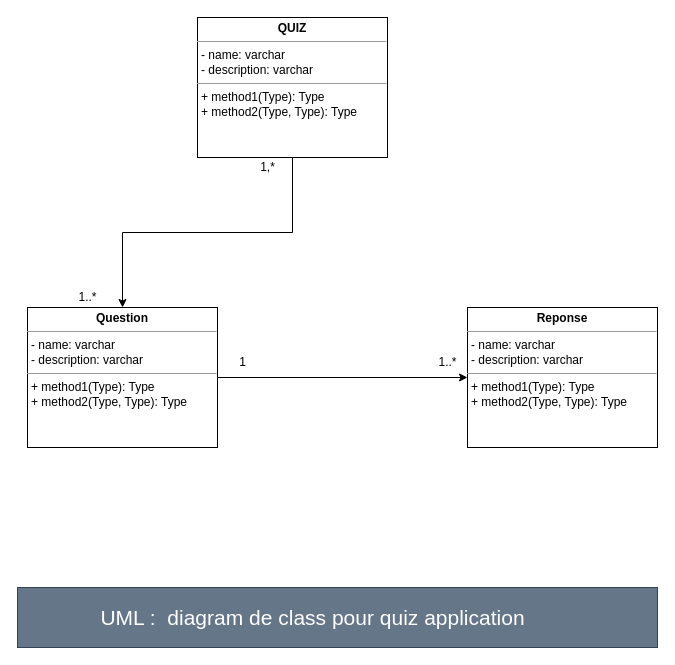
The draw.io diagram UML/aws-quiziz-uml.drawio in mounirelbakkali1/aws-quiziz, before the edit. Source tidied: cells renumbered, new cells numbered last; positions are measured from the earlier drawing's top-left corner, leaving out a move shared by most shapes. Both pictures are drawn from the tidied source at 100%, with x=0, y=0 at pixel (17, 17).
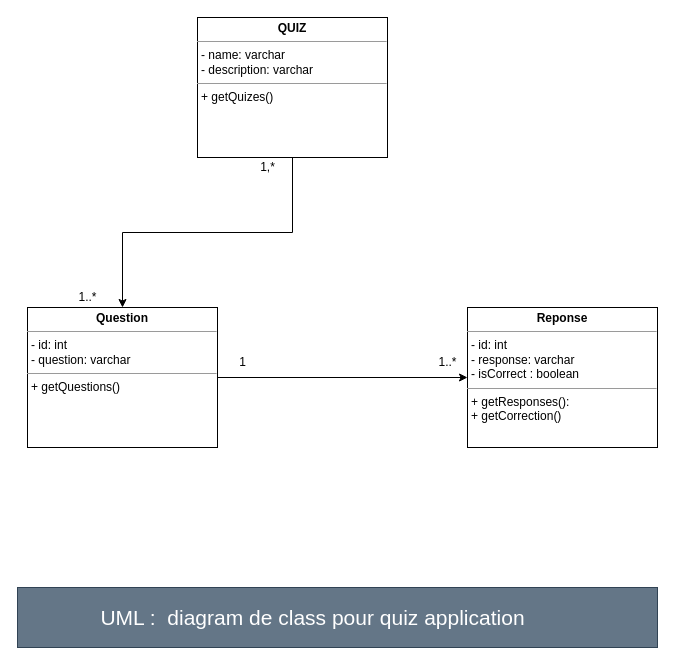
After the change.

What changed in the source:
```diff
@@
 <mxGraphModel>
   <root>
     <mxCell id="0" />
     <mxCell id="1" parent="0" />
     <mxCell id="2" style="edgeStyle=orthogonalEdgeStyle;rounded=0;jettySize=auto;html=1;" parent="1" edge="1" source="3" target="5">
       <mxGeometry relative="1" as="geometry" />
     </mxCell>
-    <mxCell id="3" value="&lt;p style=&quot;margin:0px;margin-top:4px;text-align:center;&quot;&gt;&lt;b&gt;QUIZ&lt;/b&gt;&lt;/p&gt;&lt;hr size=&quot;1&quot;&gt;&lt;p style=&quot;margin:0px;margin-left:4px;&quot;&gt;- name: varchar&lt;/p&gt;&lt;p style=&quot;margin:0px;margin-left:4px;&quot;&gt;&lt;span style=&quot;background-color: initial;&quot;&gt;- description: varchar&lt;/span&gt;&lt;/p&gt;&lt;hr size=&quot;1&quot;&gt;&lt;p style=&quot;margin:0px;margin-left:4px;&quot;&gt;+ method1(Type): Type&lt;br&gt;+ method2(Type, Type): Type&lt;/p&gt;" style="verticalAlign=top;align=left;overflow=fill;fontSize=12;fontFamily=Helvetica;html=1;rounded=0;shadow=0;comic=0;labelBackgroundColor=none;strokeWidth=1;" parent="1" vertex="1">
+    <mxCell id="3" value="&lt;p style=&quot;margin:0px;margin-top:4px;text-align:center;&quot;&gt;&lt;b&gt;QUIZ&lt;/b&gt;&lt;/p&gt;&lt;hr size=&quot;1&quot;&gt;&lt;p style=&quot;margin:0px;margin-left:4px;&quot;&gt;- name: varchar&lt;/p&gt;&lt;p style=&quot;margin:0px;margin-left:4px;&quot;&gt;&lt;span style=&quot;background-color: initial;&quot;&gt;- description: varchar&lt;/span&gt;&lt;/p&gt;&lt;hr size=&quot;1&quot;&gt;&lt;p style=&quot;margin:0px;margin-left:4px;&quot;&gt;+ getQuizes()&lt;br&gt;&lt;br&gt;&lt;/p&gt;" style="verticalAlign=top;align=left;overflow=fill;fontSize=12;fontFamily=Helvetica;html=1;rounded=0;shadow=0;comic=0;labelBackgroundColor=none;strokeWidth=1;" parent="1" vertex="1">
       <mxGeometry x="180" width="190" height="140" as="geometry" />
     </mxCell>
     <mxCell id="4" style="edgeStyle=orthogonalEdgeStyle;rounded=0;jettySize=auto;html=1;" parent="1" edge="1" source="5" target="6">
       <mxGeometry relative="1" as="geometry" />
     </mxCell>
-    <mxCell id="5" value="&lt;p style=&quot;margin:0px;margin-top:4px;text-align:center;&quot;&gt;&lt;b&gt;Question&lt;/b&gt;&lt;/p&gt;&lt;hr size=&quot;1&quot;&gt;&lt;p style=&quot;margin:0px;margin-left:4px;&quot;&gt;- name: varchar&lt;/p&gt;&lt;p style=&quot;margin:0px;margin-left:4px;&quot;&gt;&lt;span style=&quot;background-color: initial;&quot;&gt;- description: varchar&lt;/span&gt;&lt;/p&gt;&lt;hr size=&quot;1&quot;&gt;&lt;p style=&quot;margin:0px;margin-left:4px;&quot;&gt;+ method1(Type): Type&lt;br&gt;+ method2(Type, Type): Type&lt;/p&gt;" style="verticalAlign=top;align=left;overflow=fill;fontSize=12;fontFamily=Helvetica;html=1;rounded=0;shadow=0;comic=0;labelBackgroundColor=none;strokeWidth=1;" parent="1" vertex="1">
+    <mxCell id="5" value="&lt;p style=&quot;margin:0px;margin-top:4px;text-align:center;&quot;&gt;&lt;b&gt;Question&lt;/b&gt;&lt;/p&gt;&lt;hr size=&quot;1&quot;&gt;&lt;p style=&quot;margin:0px;margin-left:4px;&quot;&gt;- id: int&lt;/p&gt;&lt;p style=&quot;margin:0px;margin-left:4px;&quot;&gt;&lt;span style=&quot;background-color: initial;&quot;&gt;- question: varchar&lt;/span&gt;&lt;/p&gt;&lt;hr size=&quot;1&quot;&gt;&lt;p style=&quot;margin:0px;margin-left:4px;&quot;&gt;+ getQuestions()&lt;br&gt;&lt;br&gt;&lt;/p&gt;" style="verticalAlign=top;align=left;overflow=fill;fontSize=12;fontFamily=Helvetica;html=1;rounded=0;shadow=0;comic=0;labelBackgroundColor=none;strokeWidth=1;" parent="1" vertex="1">
       <mxGeometry x="10" y="290" width="190" height="140" as="geometry" />
     </mxCell>
-    <mxCell id="6" value="&lt;p style=&quot;margin:0px;margin-top:4px;text-align:center;&quot;&gt;&lt;b&gt;Reponse&lt;/b&gt;&lt;/p&gt;&lt;hr size=&quot;1&quot;&gt;&lt;p style=&quot;margin:0px;margin-left:4px;&quot;&gt;- name: varchar&lt;/p&gt;&lt;p style=&quot;margin:0px;margin-left:4px;&quot;&gt;&lt;span style=&quot;background-color: initial;&quot;&gt;- description: varchar&lt;/span&gt;&lt;/p&gt;&lt;hr size=&quot;1&quot;&gt;&lt;p style=&quot;margin:0px;margin-left:4px;&quot;&gt;+ method1(Type): Type&lt;br&gt;+ method2(Type, Type): Type&lt;/p&gt;" style="verticalAlign=top;align=left;overflow=fill;fontSize=12;fontFamily=Helvetica;html=1;rounded=0;shadow=0;comic=0;labelBackgroundColor=none;strokeWidth=1;" parent="1" vertex="1">
+    <mxCell id="6" value="&lt;p style=&quot;margin:0px;margin-top:4px;text-align:center;&quot;&gt;&lt;b&gt;Reponse&lt;/b&gt;&lt;/p&gt;&lt;hr size=&quot;1&quot;&gt;&lt;p style=&quot;margin:0px;margin-left:4px;&quot;&gt;- id: int&lt;/p&gt;&lt;p style=&quot;margin:0px;margin-left:4px;&quot;&gt;&lt;span style=&quot;background-color: initial;&quot;&gt;- response: varchar&lt;/span&gt;&lt;/p&gt;&lt;p style=&quot;margin:0px;margin-left:4px;&quot;&gt;&lt;span style=&quot;background-color: initial;&quot;&gt;- isCorrect : boolean&lt;/span&gt;&lt;/p&gt;&lt;hr size=&quot;1&quot;&gt;&lt;p style=&quot;margin:0px;margin-left:4px;&quot;&gt;+ getResponses():&lt;br&gt;+ getCorrection()&lt;/p&gt;" style="verticalAlign=top;align=left;overflow=fill;fontSize=12;fontFamily=Helvetica;html=1;rounded=0;shadow=0;comic=0;labelBackgroundColor=none;strokeWidth=1;" parent="1" vertex="1">
       <mxGeometry x="450" y="290" width="190" height="140" as="geometry" />
     </mxCell>
     <mxCell id="7" value="1,*&lt;br&gt;" style="text;html=1;align=center;verticalAlign=middle;strokeColor=none;fillColor=none;" parent="1" vertex="1">
       <mxGeometry x="230" y="135" width="40" height="30" as="geometry" />
     </mxCell>
     <mxCell id="8" value="1" style="text;html=1;align=center;verticalAlign=middle;strokeColor=none;fillColor=none;" parent="1" vertex="1">
       <mxGeometry x="210" y="330" width="30" height="30" as="geometry" />
     </mxCell>
     <mxCell id="9" value="1..*" style="text;html=1;align=center;verticalAlign=middle;strokeColor=none;fillColor=none;" parent="1" vertex="1">
       <mxGeometry x="410" y="330" width="40" height="30" as="geometry" />
     </mxCell>
     <mxCell id="10" value="1..*" style="text;html=1;align=center;verticalAlign=middle;strokeColor=none;fillColor=none;" parent="1" vertex="1">
       <mxGeometry x="50" y="265" width="40" height="30" as="geometry" />
     </mxCell>
     <mxCell id="11" style="rounded=0;whiteSpace=wrap;html=1;fillColor=#647687;strokeColor=#314354;fontColor=#ffffff;" parent="1" vertex="1">
       <mxGeometry y="570" width="640" height="60" as="geometry" />
     </mxCell>
     <mxCell id="12" value="&lt;font color=&quot;#ffffff&quot; style=&quot;font-size: 21px;&quot;&gt;UML :&amp;nbsp; diagram de class pour quiz application&lt;/font&gt;" style="text;html=1;align=center;verticalAlign=middle;strokeColor=none;fillColor=none;" parent="1" vertex="1">
       <mxGeometry x="70" y="580" width="450" height="40" as="geometry" />
     </mxCell>
   </root>
 </mxGraphModel>
```
